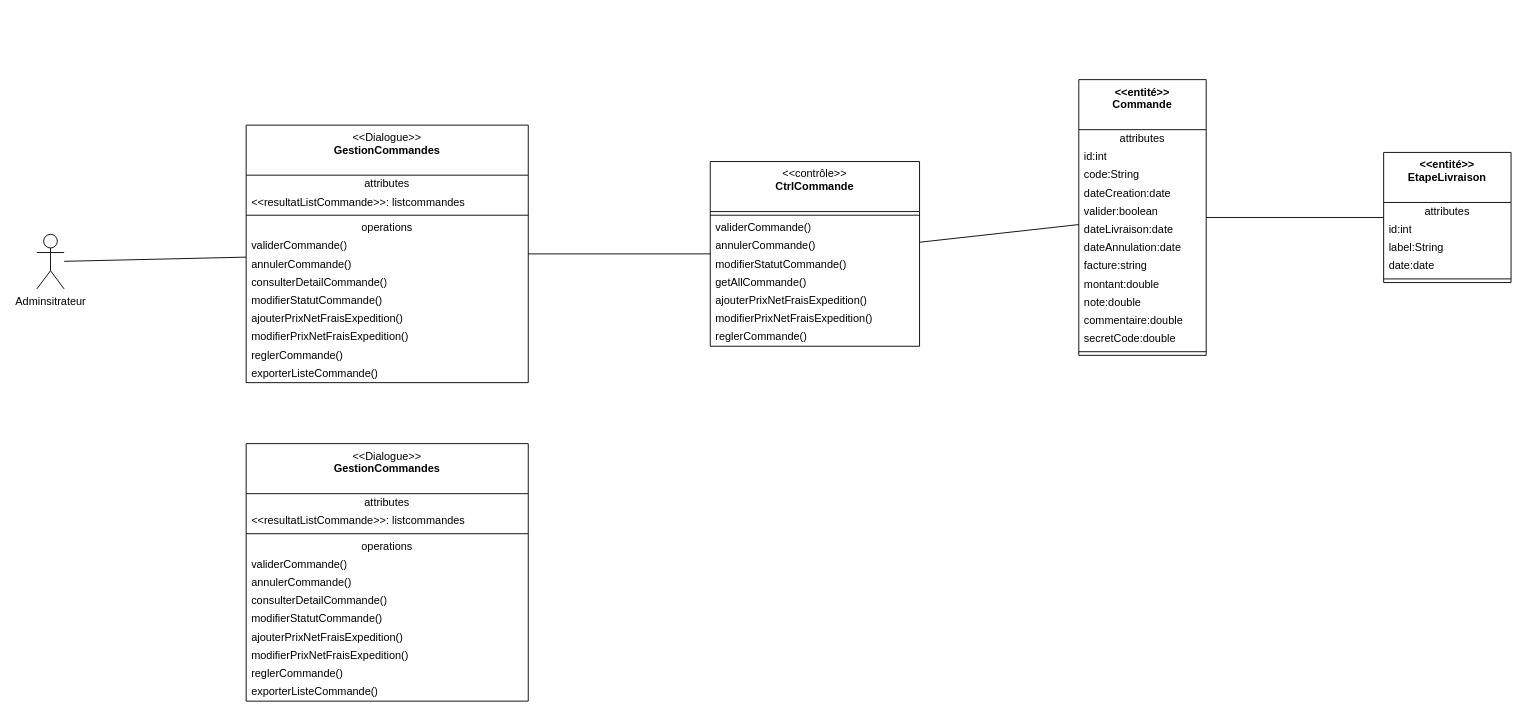
Above: page "DCP-MFS-ADMINISTRATEURS" (4 of 5) of Diagramme_MyFrench_Shop.drawio in kbvac/Diagramme-UML (draw.io), before the change. Source tidied: cells renumbered, new cells numbered last; positions are measured from the earlier drawing's top-left corner, leaving out a move shared by most shapes. Both pictures are drawn from the tidied source at 91%, with x=0, y=0 at pixel (36, 79).
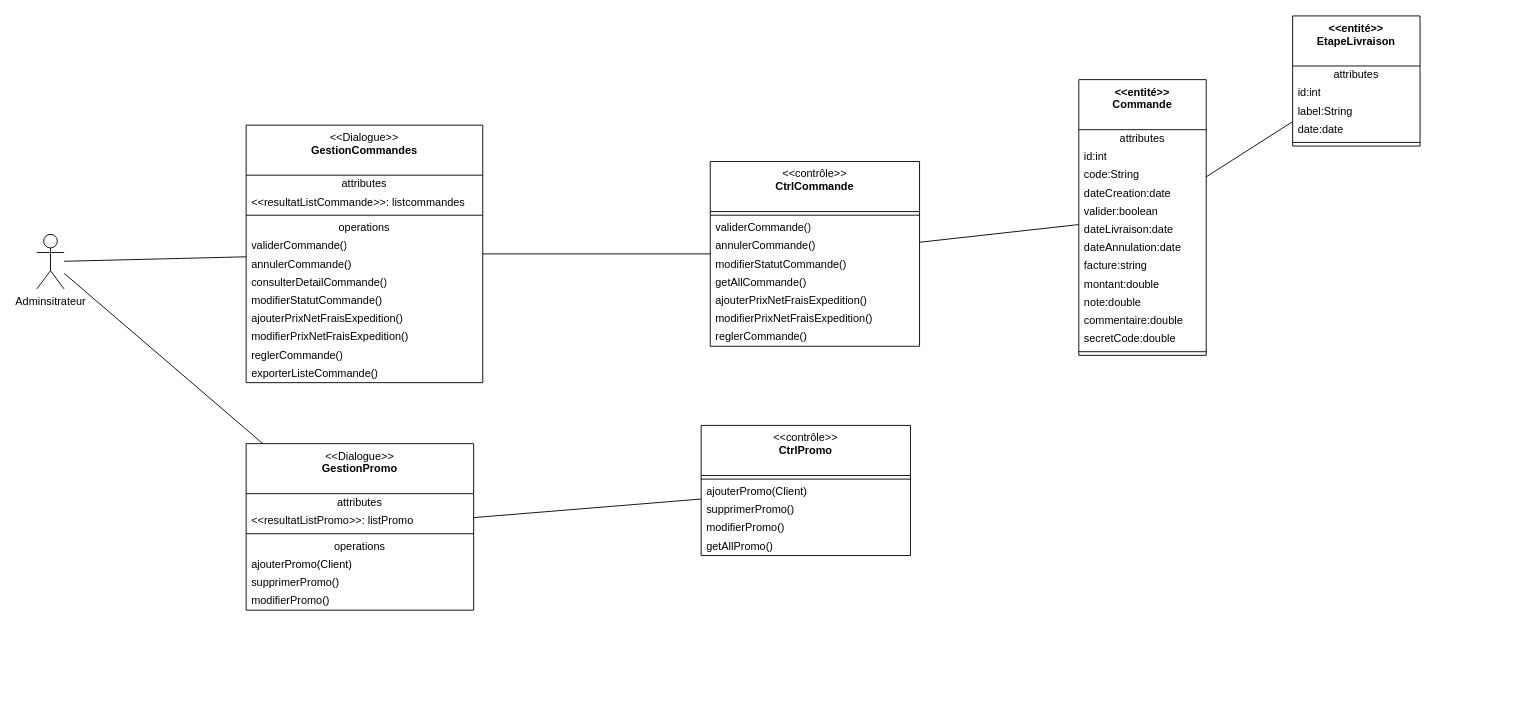
The same diagram, later.

Unchanged cells that the change refers to:
```xml
<mxCell id="2" value="Adminsitrateur" style="shape=umlActor;verticalLabelPosition=bottom;verticalAlign=top;html=1;" parent="1" vertex="1">
  <mxGeometry y="170" width="30" height="60" as="geometry" />
</mxCell>
```

The edit, as a diff of the source:
```diff
@@
     <mxCell id="3" value="&amp;lt;&amp;lt;Dialogue&amp;gt;&amp;gt;&lt;br&gt;&lt;b&gt;GestionCommandes&lt;/b&gt;" style="swimlane;fontStyle=0;align=center;verticalAlign=top;horizontal=1;startSize=55;html=1;whiteSpace=wrap;" parent="1" vertex="1">
-      <mxGeometry x="230" y="50" width="310" height="283" as="geometry" />
+      <mxGeometry x="230" y="50" width="260" height="283" as="geometry" />
     </mxCell>
     <mxCell id="4" value="attributes" style="text;html=1;strokeColor=none;fillColor=none;align=center;verticalAlign=middle;spacingLeft=4;spacingRight=4;overflow=hidden;whiteSpace=wrap;" parent="3" vertex="1">
-      <mxGeometry y="55" width="310" height="20" as="geometry" />
+      <mxGeometry y="55" width="260" height="20" as="geometry" />
     </mxCell>
     <mxCell id="5" value="&amp;lt;&amp;lt;resultatListCommande&amp;gt;&amp;gt;: listcommandes" style="text;html=1;strokeColor=none;fillColor=none;align=left;verticalAlign=middle;spacingLeft=4;spacingRight=4;overflow=hidden;whiteSpace=wrap;" parent="3" vertex="1">
-      <mxGeometry y="75" width="310" height="20" as="geometry" />
+      <mxGeometry y="75" width="260" height="20" as="geometry" />
     </mxCell>
     <mxCell id="6" style="line;strokeWidth=1;fillColor=none;align=left;verticalAlign=middle;spacingTop=-1;spacingLeft=3;spacingRight=3;labelPosition=right;" parent="3" vertex="1">
-      <mxGeometry y="95" width="310" height="8" as="geometry" />
+      <mxGeometry y="95" width="260" height="8" as="geometry" />
     </mxCell>
     <mxCell id="7" value="operations" style="text;html=1;strokeColor=none;fillColor=none;align=center;verticalAlign=middle;spacingLeft=4;spacingRight=4;overflow=hidden;whiteSpace=wrap;" parent="3" vertex="1">
-      <mxGeometry y="103" width="310" height="20" as="geometry" />
+      <mxGeometry y="103" width="260" height="20" as="geometry" />
     </mxCell>
     <mxCell id="8" value="validerCommande()" style="text;html=1;strokeColor=none;fillColor=none;align=left;verticalAlign=middle;spacingLeft=4;spacingRight=4;overflow=hidden;whiteSpace=wrap;" parent="3" vertex="1">
-      <mxGeometry y="123" width="310" height="20" as="geometry" />
+      <mxGeometry y="123" width="260" height="20" as="geometry" />
     </mxCell>
     <mxCell id="9" value="annulerCommande()" style="text;html=1;strokeColor=none;fillColor=none;align=left;verticalAlign=middle;spacingLeft=4;spacingRight=4;overflow=hidden;whiteSpace=wrap;" parent="3" vertex="1">
-      <mxGeometry y="143" width="310" height="20" as="geometry" />
+      <mxGeometry y="143" width="260" height="20" as="geometry" />
     </mxCell>
     <mxCell id="10" value="consulterDetailCommande()" style="text;html=1;strokeColor=none;fillColor=none;align=left;verticalAlign=middle;spacingLeft=4;spacingRight=4;overflow=hidden;whiteSpace=wrap;" parent="3" vertex="1">
-      <mxGeometry y="163" width="310" height="20" as="geometry" />
+      <mxGeometry y="163" width="260" height="20" as="geometry" />
     </mxCell>
     <mxCell id="11" value="modifierStatutCommande()" style="text;html=1;strokeColor=none;fillColor=none;align=left;verticalAlign=middle;spacingLeft=4;spacingRight=4;overflow=hidden;whiteSpace=wrap;" parent="3" vertex="1">
-      <mxGeometry y="183" width="310" height="20" as="geometry" />
+      <mxGeometry y="183" width="260" height="20" as="geometry" />
     </mxCell>
     <mxCell id="12" value="ajouterPrixNetFraisExpedition()" style="text;html=1;strokeColor=none;fillColor=none;align=left;verticalAlign=middle;spacingLeft=4;spacingRight=4;overflow=hidden;whiteSpace=wrap;" parent="3" vertex="1">
-      <mxGeometry y="203" width="310" height="20" as="geometry" />
+      <mxGeometry y="203" width="260" height="20" as="geometry" />
     </mxCell>
     <mxCell id="13" value="modifierPrixNetFraisExpedition()" style="text;html=1;strokeColor=none;fillColor=none;align=left;verticalAlign=middle;spacingLeft=4;spacingRight=4;overflow=hidden;whiteSpace=wrap;" parent="3" vertex="1">
-      <mxGeometry y="223" width="310" height="20" as="geometry" />
+      <mxGeometry y="223" width="260" height="20" as="geometry" />
     </mxCell>
     <mxCell id="14" value="reglerCommande()" style="text;html=1;strokeColor=none;fillColor=none;align=left;verticalAlign=middle;spacingLeft=4;spacingRight=4;overflow=hidden;whiteSpace=wrap;" parent="3" vertex="1">
-      <mxGeometry y="243" width="310" height="20" as="geometry" />
+      <mxGeometry y="243" width="260" height="20" as="geometry" />
     </mxCell>
     <mxCell id="15" value="exporterListeCommande()" style="text;html=1;strokeColor=none;fillColor=none;align=left;verticalAlign=middle;spacingLeft=4;spacingRight=4;overflow=hidden;whiteSpace=wrap;" parent="3" vertex="1">
-      <mxGeometry y="263" width="310" height="20" as="geometry" />
+      <mxGeometry y="263" width="260" height="20" as="geometry" />
     </mxCell>
@@
     <mxCell id="41" value="&amp;lt;&amp;lt;entité&amp;gt;&amp;gt;&lt;br&gt;&lt;span&gt;EtapeLivraison&lt;/span&gt;" style="swimlane;fontStyle=1;align=center;verticalAlign=top;horizontal=1;startSize=55;html=1;whiteSpace=wrap;" parent="1" vertex="1">
-      <mxGeometry x="1480" y="80" width="140" height="143" as="geometry" />
+      <mxGeometry x="1380" y="-70" width="140" height="143" as="geometry" />
     </mxCell>
@@
-    <mxCell id="49" value="&amp;lt;&amp;lt;Dialogue&amp;gt;&amp;gt;&lt;br&gt;&lt;b&gt;GestionCommandes&lt;/b&gt;" style="swimlane;fontStyle=0;align=center;verticalAlign=top;horizontal=1;startSize=55;html=1;whiteSpace=wrap;" parent="1" vertex="1">
-      <mxGeometry x="230" y="400" width="310" height="283" as="geometry" />
+    <mxCell id="49" value="&amp;lt;&amp;lt;Dialogue&amp;gt;&amp;gt;&lt;br&gt;&lt;b&gt;GestionPromo&lt;/b&gt;" style="swimlane;fontStyle=0;align=center;verticalAlign=top;horizontal=1;startSize=55;html=1;whiteSpace=wrap;" parent="1" vertex="1">
+      <mxGeometry x="230" y="400" width="250" height="183" as="geometry" />
     </mxCell>
     <mxCell id="50" value="attributes" style="text;html=1;strokeColor=none;fillColor=none;align=center;verticalAlign=middle;spacingLeft=4;spacingRight=4;overflow=hidden;whiteSpace=wrap;" parent="49" vertex="1">
-      <mxGeometry y="55" width="310" height="20" as="geometry" />
+      <mxGeometry y="55" width="250" height="20" as="geometry" />
     </mxCell>
-    <mxCell id="51" value="&amp;lt;&amp;lt;resultatListCommande&amp;gt;&amp;gt;: listcommandes" style="text;html=1;strokeColor=none;fillColor=none;align=left;verticalAlign=middle;spacingLeft=4;spacingRight=4;overflow=hidden;whiteSpace=wrap;" parent="49" vertex="1">
-      <mxGeometry y="75" width="310" height="20" as="geometry" />
+    <mxCell id="51" value="&amp;lt;&amp;lt;resultatListPromo&amp;gt;&amp;gt;: listPromo" style="text;html=1;strokeColor=none;fillColor=none;align=left;verticalAlign=middle;spacingLeft=4;spacingRight=4;overflow=hidden;whiteSpace=wrap;" parent="49" vertex="1">
+      <mxGeometry y="75" width="250" height="20" as="geometry" />
     </mxCell>
     <mxCell id="52" style="line;strokeWidth=1;fillColor=none;align=left;verticalAlign=middle;spacingTop=-1;spacingLeft=3;spacingRight=3;labelPosition=right;" parent="49" vertex="1">
-      <mxGeometry y="95" width="310" height="8" as="geometry" />
+      <mxGeometry y="95" width="250" height="8" as="geometry" />
     </mxCell>
     <mxCell id="53" value="operations" style="text;html=1;strokeColor=none;fillColor=none;align=center;verticalAlign=middle;spacingLeft=4;spacingRight=4;overflow=hidden;whiteSpace=wrap;" parent="49" vertex="1">
-      <mxGeometry y="103" width="310" height="20" as="geometry" />
+      <mxGeometry y="103" width="250" height="20" as="geometry" />
     </mxCell>
-    <mxCell id="54" value="validerCommande()" style="text;html=1;strokeColor=none;fillColor=none;align=left;verticalAlign=middle;spacingLeft=4;spacingRight=4;overflow=hidden;whiteSpace=wrap;" parent="49" vertex="1">
-      <mxGeometry y="123" width="310" height="20" as="geometry" />
+    <mxCell id="54" value="ajouterPromo(Client)" style="text;html=1;strokeColor=none;fillColor=none;align=left;verticalAlign=middle;spacingLeft=4;spacingRight=4;overflow=hidden;whiteSpace=wrap;" parent="49" vertex="1">
+      <mxGeometry y="123" width="250" height="20" as="geometry" />
     </mxCell>
-    <mxCell id="55" value="annulerCommande()" style="text;html=1;strokeColor=none;fillColor=none;align=left;verticalAlign=middle;spacingLeft=4;spacingRight=4;overflow=hidden;whiteSpace=wrap;" parent="49" vertex="1">
-      <mxGeometry y="143" width="310" height="20" as="geometry" />
+    <mxCell id="55" value="supprimerPromo()" style="text;html=1;strokeColor=none;fillColor=none;align=left;verticalAlign=middle;spacingLeft=4;spacingRight=4;overflow=hidden;whiteSpace=wrap;" parent="49" vertex="1">
+      <mxGeometry y="143" width="250" height="20" as="geometry" />
     </mxCell>
-    <mxCell id="56" value="consulterDetailCommande()" style="text;html=1;strokeColor=none;fillColor=none;align=left;verticalAlign=middle;spacingLeft=4;spacingRight=4;overflow=hidden;whiteSpace=wrap;" parent="49" vertex="1">
-      <mxGeometry y="163" width="310" height="20" as="geometry" />
+    <mxCell id="56" value="modifierPromo()" style="text;html=1;strokeColor=none;fillColor=none;align=left;verticalAlign=middle;spacingLeft=4;spacingRight=4;overflow=hidden;whiteSpace=wrap;" parent="49" vertex="1">
+      <mxGeometry y="163" width="250" height="20" as="geometry" />
     </mxCell>
-    <mxCell id="57" value="modifierStatutCommande()" style="text;html=1;strokeColor=none;fillColor=none;align=left;verticalAlign=middle;spacingLeft=4;spacingRight=4;overflow=hidden;whiteSpace=wrap;" parent="49" vertex="1">
-      <mxGeometry y="183" width="310" height="20" as="geometry" />
-    </mxCell>
-    <mxCell id="58" value="ajouterPrixNetFraisExpedition()" style="text;html=1;strokeColor=none;fillColor=none;align=left;verticalAlign=middle;spacingLeft=4;spacingRight=4;overflow=hidden;whiteSpace=wrap;" parent="49" vertex="1">
-      <mxGeometry y="203" width="310" height="20" as="geometry" />
-    </mxCell>
-    <mxCell id="59" value="modifierPrixNetFraisExpedition()" style="text;html=1;strokeColor=none;fillColor=none;align=left;verticalAlign=middle;spacingLeft=4;spacingRight=4;overflow=hidden;whiteSpace=wrap;" parent="49" vertex="1">
-      <mxGeometry y="223" width="310" height="20" as="geometry" />
-    </mxCell>
-    <mxCell id="60" value="reglerCommande()" style="text;html=1;strokeColor=none;fillColor=none;align=left;verticalAlign=middle;spacingLeft=4;spacingRight=4;overflow=hidden;whiteSpace=wrap;" parent="49" vertex="1">
-      <mxGeometry y="243" width="310" height="20" as="geometry" />
-    </mxCell>
-    <mxCell id="61" value="exporterListeCommande()" style="text;html=1;strokeColor=none;fillColor=none;align=left;verticalAlign=middle;spacingLeft=4;spacingRight=4;overflow=hidden;whiteSpace=wrap;" parent="49" vertex="1">
-      <mxGeometry y="263" width="310" height="20" as="geometry" />
-    </mxCell>
+    <mxCell id="62" style="endArrow=none;startArrow=none;endFill=0;startFill=0;endSize=8;html=1;verticalAlign=bottom;labelBackgroundColor=none;strokeWidth=1;rounded=0;" parent="1" edge="1" source="2" target="49">
+      <mxGeometry relative="1" as="geometry" />
+    </mxCell>
+    <mxCell id="63" value="&amp;lt;&amp;lt;contrôle&amp;gt;&amp;gt;&lt;br&gt;&lt;b&gt;CtrlPromo&lt;/b&gt;" style="swimlane;fontStyle=0;align=center;verticalAlign=top;horizontal=1;startSize=55;html=1;whiteSpace=wrap;" parent="1" vertex="1">
+      <mxGeometry x="730" y="380" width="230" height="143" as="geometry" />
+    </mxCell>
+    <mxCell id="64" style="line;strokeWidth=1;fillColor=none;align=left;verticalAlign=middle;spacingTop=-1;spacingLeft=3;spacingRight=3;labelPosition=right;" parent="63" vertex="1">
+      <mxGeometry y="55" width="230" height="8" as="geometry" />
+    </mxCell>
+    <mxCell id="65" value="ajouterPromo(Client)" style="text;html=1;strokeColor=none;fillColor=none;align=left;verticalAlign=middle;spacingLeft=4;spacingRight=4;overflow=hidden;whiteSpace=wrap;" parent="63" vertex="1">
+      <mxGeometry y="63" width="230" height="20" as="geometry" />
+    </mxCell>
+    <mxCell id="66" value="supprimerPromo()" style="text;html=1;strokeColor=none;fillColor=none;align=left;verticalAlign=middle;spacingLeft=4;spacingRight=4;overflow=hidden;whiteSpace=wrap;" parent="63" vertex="1">
+      <mxGeometry y="83" width="230" height="20" as="geometry" />
+    </mxCell>
+    <mxCell id="67" value="modifierPromo()" style="text;html=1;strokeColor=none;fillColor=none;align=left;verticalAlign=middle;spacingLeft=4;spacingRight=4;overflow=hidden;whiteSpace=wrap;" parent="63" vertex="1">
+      <mxGeometry y="103" width="230" height="20" as="geometry" />
+    </mxCell>
+    <mxCell id="68" value="getAllPromo()" style="text;html=1;strokeColor=none;fillColor=none;align=left;verticalAlign=middle;spacingLeft=4;spacingRight=4;overflow=hidden;whiteSpace=wrap;" parent="63" vertex="1">
+      <mxGeometry y="123" width="230" height="20" as="geometry" />
+    </mxCell>
+    <mxCell id="69" style="endArrow=none;startArrow=none;endFill=0;startFill=0;endSize=8;html=1;verticalAlign=bottom;labelBackgroundColor=none;strokeWidth=1;rounded=0;" parent="1" edge="1" source="49" target="63">
+      <mxGeometry relative="1" as="geometry" />
+    </mxCell>
```
